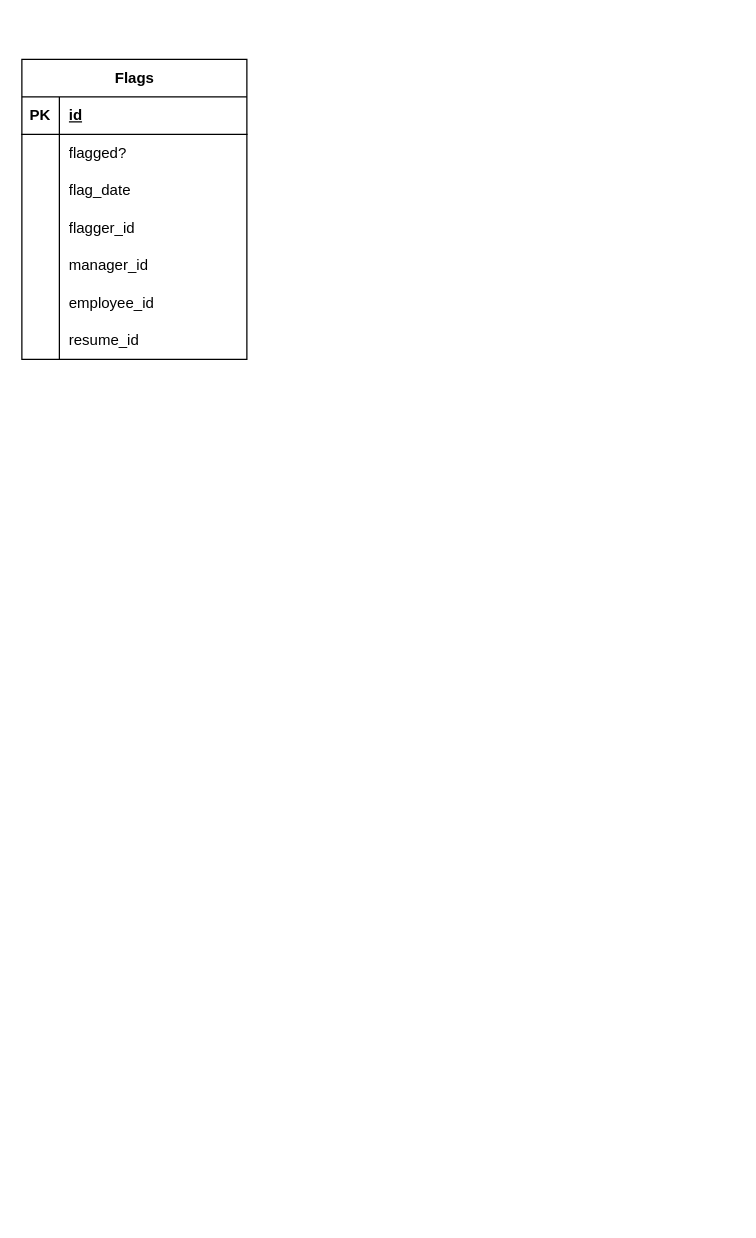
This is page "Flagging process" (12 of 12) of test.drawio from elmo04/test, a draw.io file, before an edit. Source tidied: cells renumbered, new cells numbered last; positions are measured from the earlier drawing's top-left corner, leaving out a move shared by most shapes. Both pictures are drawn from the tidied source at 125%, with x=0, y=0 at pixel (21, 59).
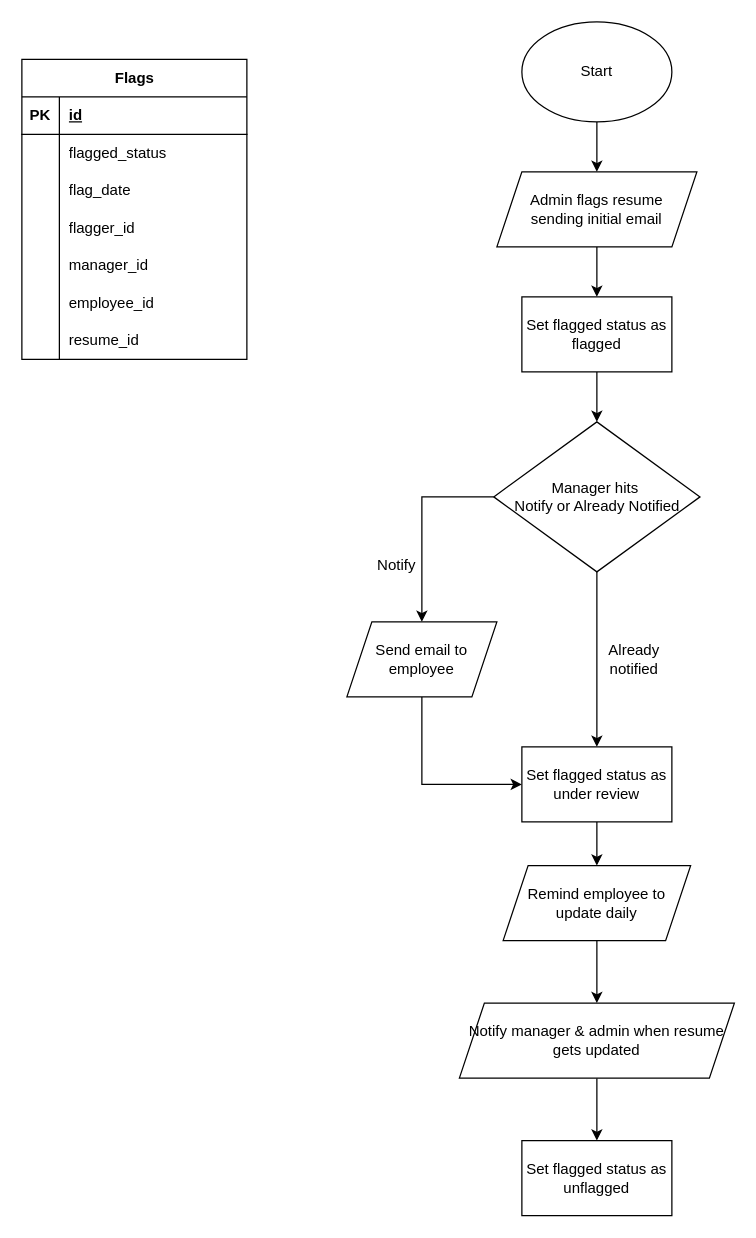
After the change.

Unchanged cells that the change refers to:
```xml
<mxCell id="6" style="shape=tableRow;horizontal=0;startSize=0;swimlaneHead=0;swimlaneBody=0;fillColor=none;top=0;left=0;right=0;bottom=0;" parent="2" vertex="1">
  <mxGeometry y="60" width="180" height="30" as="geometry" />
</mxCell>
```

Change to the diagram source:
```diff
@@
-    <mxCell id="8" value="flagged?" style="shape=partialRectangle;fillColor=none;top=0;left=0;bottom=0;right=0;align=left;spacingLeft=6;overflow=hidden;whiteSpace=wrap;html=1;" parent="6" vertex="1">
+    <mxCell id="8" value="flagged_status" style="shape=partialRectangle;fillColor=none;top=0;left=0;bottom=0;right=0;align=left;spacingLeft=6;overflow=hidden;whiteSpace=wrap;html=1;" parent="6" vertex="1">
       <mxGeometry x="30" width="150" height="30" as="geometry" />
     </mxCell>
@@
+    <mxCell id="24" style="edgeStyle=orthogonalEdgeStyle;rounded=0;jettySize=auto;html=1;entryX=0.5;entryY=0;entryDx=0;entryDy=0;" parent="1" edge="1" source="25" target="27">
+      <mxGeometry relative="1" as="geometry" />
+    </mxCell>
+    <mxCell id="25" value="Start" style="ellipse;whiteSpace=wrap;html=1;" parent="1" vertex="1">
+      <mxGeometry x="400" y="-30" width="120" height="80" as="geometry" />
+    </mxCell>
+    <mxCell id="26" style="edgeStyle=orthogonalEdgeStyle;rounded=0;jettySize=auto;html=1;" parent="1" edge="1" source="27" target="40">
+      <mxGeometry relative="1" as="geometry" />
+    </mxCell>
+    <mxCell id="27" value="Admin&amp;nbsp;&lt;span style=&quot;background-color: transparent; color: light-dark(rgb(0, 0, 0), rgb(255, 255, 255));&quot;&gt;flags resume&lt;/span&gt;&lt;div&gt;&lt;span style=&quot;background-color: transparent; color: light-dark(rgb(0, 0, 0), rgb(255, 255, 255));&quot;&gt;sending initial email&lt;/span&gt;&lt;/div&gt;" style="shape=parallelogram;perimeter=parallelogramPerimeter;whiteSpace=wrap;html=1;fixedSize=1;" parent="1" vertex="1">
+      <mxGeometry x="380" y="90" width="160" height="60" as="geometry" />
+    </mxCell>
+    <mxCell id="28" style="edgeStyle=orthogonalEdgeStyle;rounded=0;jettySize=auto;html=1;exitX=0;exitY=0.5;exitDx=0;exitDy=0;entryX=0.5;entryY=0;entryDx=0;entryDy=0;" parent="1" edge="1" source="30" target="32">
+      <mxGeometry relative="1" as="geometry" />
+    </mxCell>
+    <mxCell id="29" style="edgeStyle=orthogonalEdgeStyle;rounded=0;jettySize=auto;html=1;entryX=0.5;entryY=0;entryDx=0;entryDy=0;" parent="1" edge="1" source="30" target="42">
+      <mxGeometry relative="1" as="geometry" />
+    </mxCell>
+    <mxCell id="30" value="Manager hits&amp;nbsp;&lt;div&gt;Notify or Already Notified&lt;/div&gt;" style="rhombus;whiteSpace=wrap;html=1;" parent="1" vertex="1">
+      <mxGeometry x="377.5" y="290" width="165" height="120" as="geometry" />
+    </mxCell>
+    <mxCell id="31" style="edgeStyle=orthogonalEdgeStyle;rounded=0;jettySize=auto;html=1;entryX=0;entryY=0.5;entryDx=0;entryDy=0;" parent="1" edge="1" source="32" target="42">
+      <mxGeometry relative="1" as="geometry">
+        <Array as="points">
+          <mxPoint x="320" y="580" />
+        </Array>
+      </mxGeometry>
+    </mxCell>
+    <mxCell id="32" value="Send email to employee" style="shape=parallelogram;perimeter=parallelogramPerimeter;whiteSpace=wrap;html=1;fixedSize=1;" parent="1" vertex="1">
+      <mxGeometry x="260" y="450" width="120" height="60" as="geometry" />
+    </mxCell>
+    <mxCell id="33" value="Notify" style="text;html=1;align=center;verticalAlign=middle;whiteSpace=wrap;rounded=0;" parent="1" vertex="1">
+      <mxGeometry x="270" y="390" width="60" height="30" as="geometry" />
+    </mxCell>
+    <mxCell id="34" style="edgeStyle=orthogonalEdgeStyle;rounded=0;jettySize=auto;html=1;entryX=0.5;entryY=0;entryDx=0;entryDy=0;" parent="1" edge="1" source="35" target="37">
+      <mxGeometry relative="1" as="geometry" />
+    </mxCell>
+    <mxCell id="35" value="Remind employee to update daily" style="shape=parallelogram;perimeter=parallelogramPerimeter;whiteSpace=wrap;html=1;fixedSize=1;" parent="1" vertex="1">
+      <mxGeometry x="385" y="645" width="150" height="60" as="geometry" />
+    </mxCell>
+    <mxCell id="36" style="edgeStyle=orthogonalEdgeStyle;rounded=0;jettySize=auto;html=1;entryX=0.5;entryY=0;entryDx=0;entryDy=0;" parent="1" edge="1" source="37" target="38">
+      <mxGeometry relative="1" as="geometry" />
+    </mxCell>
+    <mxCell id="37" value="Notify manager &amp;amp; admin when resume gets updated" style="shape=parallelogram;perimeter=parallelogramPerimeter;whiteSpace=wrap;html=1;fixedSize=1;" parent="1" vertex="1">
+      <mxGeometry x="350" y="755" width="220" height="60" as="geometry" />
+    </mxCell>
+    <mxCell id="38" value="Set flagged status as unflagged" style="rounded=0;whiteSpace=wrap;html=1;" parent="1" vertex="1">
+      <mxGeometry x="400" y="865" width="120" height="60" as="geometry" />
+    </mxCell>
+    <mxCell id="39" style="edgeStyle=orthogonalEdgeStyle;rounded=0;jettySize=auto;html=1;entryX=0.5;entryY=0;entryDx=0;entryDy=0;" parent="1" edge="1" source="40" target="30">
+      <mxGeometry relative="1" as="geometry" />
+    </mxCell>
+    <mxCell id="40" value="Set flagged status as flagged" style="rounded=0;whiteSpace=wrap;html=1;" parent="1" vertex="1">
+      <mxGeometry x="400" y="190" width="120" height="60" as="geometry" />
+    </mxCell>
+    <mxCell id="41" style="edgeStyle=orthogonalEdgeStyle;rounded=0;jettySize=auto;html=1;entryX=0.5;entryY=0;entryDx=0;entryDy=0;" parent="1" edge="1" source="42" target="35">
+      <mxGeometry relative="1" as="geometry" />
+    </mxCell>
+    <mxCell id="42" value="Set flagged status as under review" style="rounded=0;whiteSpace=wrap;html=1;" parent="1" vertex="1">
+      <mxGeometry x="400" y="550" width="120" height="60" as="geometry" />
+    </mxCell>
+    <mxCell id="43" value="Already notified" style="text;html=1;align=center;verticalAlign=middle;whiteSpace=wrap;rounded=0;" parent="1" vertex="1">
+      <mxGeometry x="460" y="465" width="60" height="30" as="geometry" />
+    </mxCell>
```
